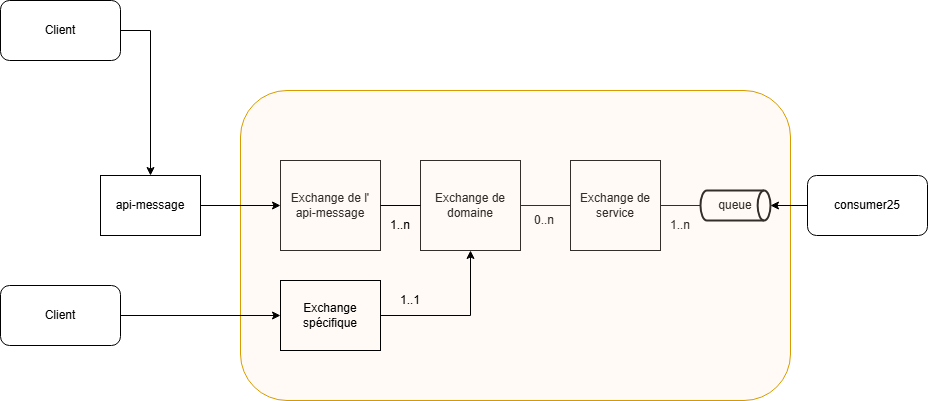
Before: drawio/diagramme AR2.drawio.png, a diagram exported from draw.io (sarraz1/csau). Source tidied: cells renumbered, new cells last; positions are measured from the earlier drawing's top-left corner, leaving out a move shared by most shapes. Source of this version:
```xml
<mxGraphModel>
  <root>
    <mxCell id="0" />
    <mxCell id="1" parent="0" />
    <mxCell id="2" value="Exchange de service" style="rounded=0;whiteSpace=wrap;html=1;" parent="1" vertex="1">
      <mxGeometry x="570" y="160" width="90" height="90" as="geometry" />
    </mxCell>
    <mxCell id="3" value="Exchange de domaine" style="rounded=0;whiteSpace=wrap;html=1;" parent="1" vertex="1">
      <mxGeometry x="420" y="160" width="100" height="90" as="geometry" />
    </mxCell>
    <mxCell id="4" value="Exchange de l'&lt;div&gt;api-message&lt;/div&gt;" style="rounded=0;whiteSpace=wrap;html=1;" parent="1" vertex="1">
      <mxGeometry x="280" y="160" width="100" height="90" as="geometry" />
    </mxCell>
    <mxCell id="5" style="endArrow=none;html=1;rounded=0;entryX=0;entryY=0.5;entryDx=0;entryDy=0;exitX=1;exitY=0.5;exitDx=0;exitDy=0;" parent="1" edge="1" source="3" target="2">
      <mxGeometry relative="1" as="geometry" />
    </mxCell>
    <mxCell id="6" value="0..n" style="text;html=1;align=center;verticalAlign=middle;whiteSpace=wrap;rounded=0;" parent="1" vertex="1">
      <mxGeometry x="514" y="205" width="60" height="30" as="geometry" />
    </mxCell>
    <mxCell id="7" value="queue" style="strokeWidth=2;html=1;shape=mxgraph.flowchart.direct_data;whiteSpace=wrap;" parent="1" vertex="1">
      <mxGeometry x="700" y="190" width="70" height="30" as="geometry" />
    </mxCell>
    <mxCell id="8" value="1..n" style="text;html=1;align=center;verticalAlign=middle;whiteSpace=wrap;rounded=0;" parent="1" vertex="1">
      <mxGeometry x="650" y="210" width="60" height="30" as="geometry" />
    </mxCell>
    <mxCell id="9" style="endArrow=none;html=1;rounded=0;entryX=0;entryY=0.5;entryDx=0;entryDy=0;entryPerimeter=0;exitX=1;exitY=0.5;exitDx=0;exitDy=0;" parent="1" edge="1" source="2" target="7">
      <mxGeometry relative="1" as="geometry" />
    </mxCell>
    <mxCell id="10" style="rounded=1;whiteSpace=wrap;html=1;fillColor=#ffe6cc;strokeColor=#d79b00;strokeOpacity=100;fillOpacity=20;" parent="1" vertex="1">
      <mxGeometry x="240" y="90" width="550" height="310" as="geometry" />
    </mxCell>
    <mxCell id="11" style="endArrow=none;html=1;rounded=0;exitX=1;exitY=0.5;exitDx=0;exitDy=0;entryX=0;entryY=0.5;entryDx=0;entryDy=0;" parent="1" edge="1" source="4" target="3">
      <mxGeometry relative="1" as="geometry" />
    </mxCell>
    <mxCell id="12" value="1..n" style="text;html=1;align=center;verticalAlign=middle;whiteSpace=wrap;rounded=0;" parent="1" vertex="1">
      <mxGeometry x="370" y="210" width="60" height="30" as="geometry" />
    </mxCell>
    <mxCell id="13" style="edgeStyle=orthogonalEdgeStyle;rounded=0;jettySize=auto;html=1;" parent="1" edge="1" source="14" target="3">
      <mxGeometry relative="1" as="geometry" />
    </mxCell>
    <mxCell id="14" value="Exchange spécifique" style="rounded=0;whiteSpace=wrap;html=1;fillColor=none;" parent="1" vertex="1">
      <mxGeometry x="280" y="280" width="100" height="70" as="geometry" />
    </mxCell>
    <mxCell id="15" style="edgeStyle=orthogonalEdgeStyle;rounded=0;orthogonalLoop=1;jettySize=auto;html=1;exitX=0.5;exitY=1;exitDx=0;exitDy=0;" parent="1" edge="1" source="14" target="14">
      <mxGeometry relative="1" as="geometry" />
    </mxCell>
    <mxCell id="16" style="edgeStyle=orthogonalEdgeStyle;rounded=0;jettySize=auto;html=1;" parent="1" edge="1" source="17" target="4">
      <mxGeometry relative="1" as="geometry" />
    </mxCell>
    <mxCell id="17" value="api-message" style="rounded=0;whiteSpace=wrap;html=1;" parent="1" vertex="1">
      <mxGeometry x="100" y="175" width="100" height="60" as="geometry" />
    </mxCell>
    <mxCell id="18" style="edgeStyle=orthogonalEdgeStyle;rounded=0;jettySize=auto;html=1;exitX=1;exitY=0.5;exitDx=0;exitDy=0;" parent="1" edge="1" source="19" target="17">
      <mxGeometry relative="1" as="geometry" />
    </mxCell>
    <mxCell id="19" value="Client" style="rounded=1;whiteSpace=wrap;html=1;" parent="1" vertex="1">
      <mxGeometry width="120" height="60" as="geometry" />
    </mxCell>
    <mxCell id="20" style="edgeStyle=orthogonalEdgeStyle;rounded=0;jettySize=auto;html=1;exitX=1;exitY=0.5;exitDx=0;exitDy=0;" parent="1" edge="1" source="21" target="14">
      <mxGeometry relative="1" as="geometry" />
    </mxCell>
    <mxCell id="21" value="Client" style="rounded=1;whiteSpace=wrap;html=1;" parent="1" vertex="1">
      <mxGeometry y="285" width="120" height="60" as="geometry" />
    </mxCell>
    <mxCell id="22" value="1..1" style="text;html=1;align=center;verticalAlign=middle;whiteSpace=wrap;rounded=0;" parent="1" vertex="1">
      <mxGeometry x="380" y="285" width="60" height="30" as="geometry" />
    </mxCell>
    <mxCell id="23" value="consumer25" style="rounded=1;whiteSpace=wrap;html=1;" parent="1" vertex="1">
      <mxGeometry x="807" y="175" width="120" height="60" as="geometry" />
    </mxCell>
    <mxCell id="24" style="edgeStyle=orthogonalEdgeStyle;rounded=0;jettySize=auto;html=1;entryX=1;entryY=0.5;entryDx=0;entryDy=0;entryPerimeter=0;" parent="1" edge="1" source="23" target="7">
      <mxGeometry relative="1" as="geometry" />
    </mxCell>
  </root>
</mxGraphModel>
```
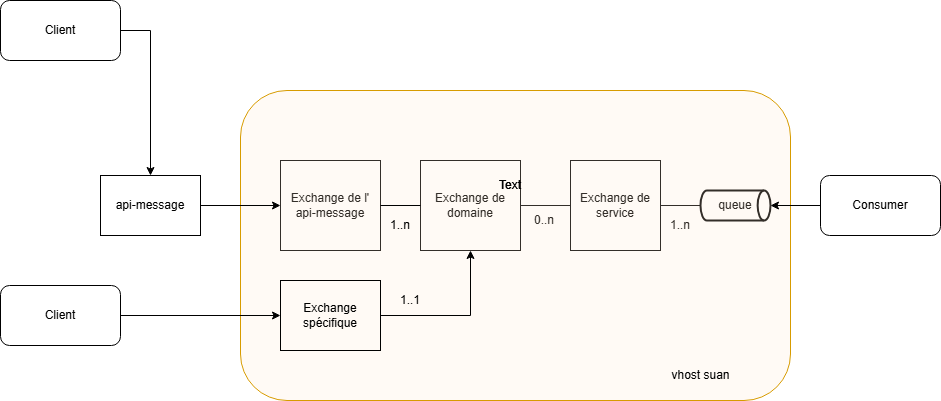
After the change.

Commit message:
Mettre à jour diagramme AR2.drawio.png

What changed in the source:
```diff
@@ -65,11 +65,20 @@
     <mxCell id="22" value="1..1" style="text;html=1;align=center;verticalAlign=middle;whiteSpace=wrap;rounded=0;" parent="1" vertex="1">
       <mxGeometry x="380" y="285" width="60" height="30" as="geometry" />
     </mxCell>
-    <mxCell id="23" value="consumer25" style="rounded=1;whiteSpace=wrap;html=1;" parent="1" vertex="1">
-      <mxGeometry x="807" y="175" width="120" height="60" as="geometry" />
+    <mxCell id="23" value="Consumer" style="rounded=1;whiteSpace=wrap;html=1;" parent="1" vertex="1">
+      <mxGeometry x="820" y="175" width="120" height="60" as="geometry" />
     </mxCell>
     <mxCell id="24" style="edgeStyle=orthogonalEdgeStyle;rounded=0;jettySize=auto;html=1;entryX=1;entryY=0.5;entryDx=0;entryDy=0;entryPerimeter=0;" parent="1" edge="1" source="23" target="7">
       <mxGeometry relative="1" as="geometry" />
     </mxCell>
+    <mxCell id="25" value="Text" style="text;html=1;align=center;verticalAlign=middle;whiteSpace=wrap;rounded=0;" parent="1" vertex="1">
+      <mxGeometry x="480" y="170" width="60" height="30" as="geometry" />
+    </mxCell>
+    <mxCell id="26" value="Text" style="text;html=1;align=center;verticalAlign=middle;whiteSpace=wrap;rounded=0;" parent="1" vertex="1">
+      <mxGeometry x="480" y="170" width="60" height="30" as="geometry" />
+    </mxCell>
+    <mxCell id="27" value="vhost suan" style="text;html=1;align=center;verticalAlign=middle;strokeColor=none;fillColor=none;" parent="1" vertex="1">
+      <mxGeometry x="660" y="360" width="80" height="30" as="geometry" />
+    </mxCell>
   </root>
 </mxGraphModel>
```
